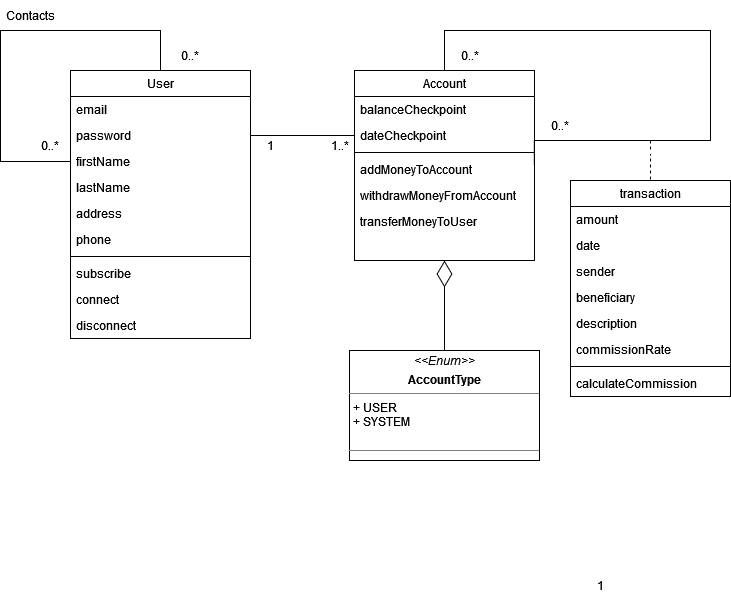
The draw.io diagram diagrammes/Diagrammes_Chap_6-Diagramme_de_classe.png in AllanS59/PayMyBuddy, before a commit. Source tidied: cells renumbered, new cells last; positions are measured from the earlier drawing's top-left corner, leaving out a move shared by most shapes.
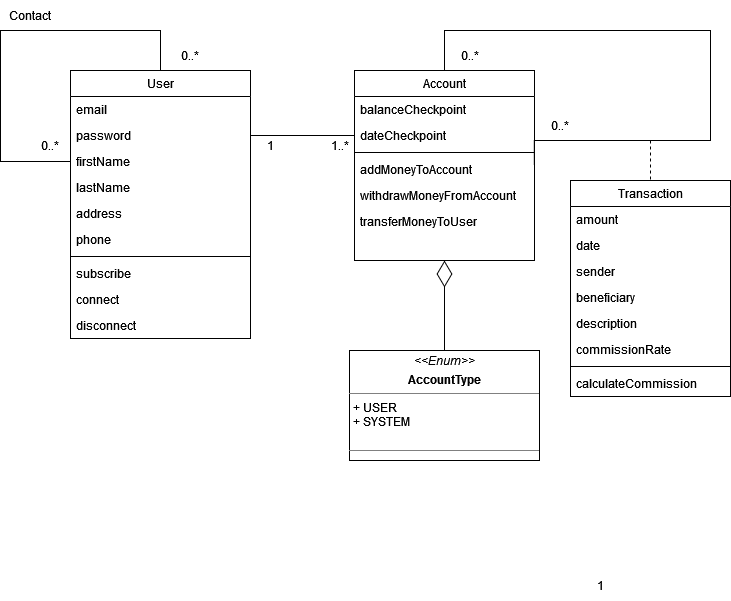
Above is the later version.

Commit message:
Commit post-presentation (minor changes on diagrams)

The edit, as a diff of the source:
```diff
@@ -84,7 +84,7 @@
         </Array>
       </mxGeometry>
     </mxCell>
-    <mxCell id="23" value="transaction" style="swimlane;fontStyle=0;align=center;verticalAlign=top;horizontal=1;startSize=26;rounded=0;shadow=0;strokeWidth=1;" parent="1" vertex="1">
+    <mxCell id="23" value="Transaction" style="swimlane;fontStyle=0;align=center;verticalAlign=top;horizontal=1;startSize=26;rounded=0;shadow=0;strokeWidth=1;" parent="1" vertex="1">
       <mxGeometry x="570" y="180" width="160" height="216" as="geometry" />
     </mxCell>
     <mxCell id="24" value="amount" style="text;align=left;verticalAlign=top;spacingLeft=4;spacingRight=4;overflow=hidden;" parent="23" vertex="1">
@@ -143,7 +143,7 @@
     <mxCell id="41" style="endArrow=diamondThin;endFill=0;endSize=24;html=1;rounded=0;entryX=0.5;entryY=1;entryDx=0;entryDy=0;exitX=0.5;exitY=0;exitDx=0;exitDy=0;" parent="1" edge="1" source="40" target="15">
       <mxGeometry relative="1" as="geometry" />
     </mxCell>
-    <mxCell id="42" value="Contacts" style="text;html=1;strokeColor=none;fillColor=none;align=center;verticalAlign=middle;whiteSpace=wrap;rounded=0;" parent="1" vertex="1">
+    <mxCell id="42" value="Contact" style="text;html=1;strokeColor=none;fillColor=none;align=center;verticalAlign=middle;whiteSpace=wrap;rounded=0;" parent="1" vertex="1">
       <mxGeometry width="60" height="30" as="geometry" />
     </mxCell>
   </root>
```
